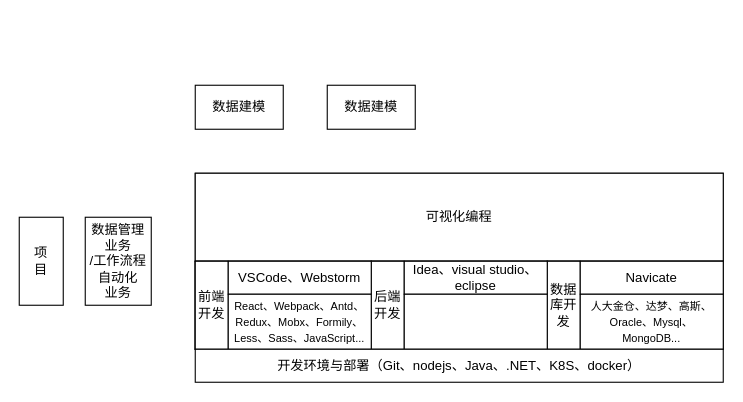
Above: 低——研究内容——平台赋能项目开发.drawio in tangyaosimida/love (draw.io), before the change. Source tidied: cells renumbered, new cells numbered last; positions are measured from the earlier drawing's top-left corner, leaving out a move shared by most shapes. Both pictures are drawn from the tidied source at 110%, with x=0, y=0 at pixel (19, 85).
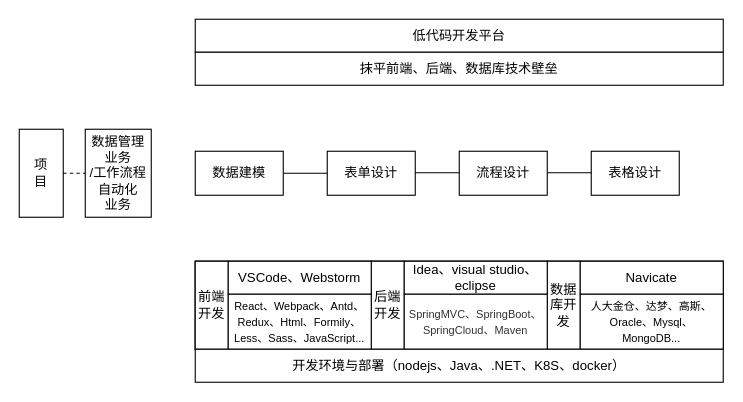
Above is the later version.

Commit message:
更新低——研究内容——平台赋能项目开发.drawio

Change to the diagram source:
```diff
@@
     <mxCell id="2" value="项&lt;div&gt;&lt;span style=&quot;background-color: initial;&quot;&gt;目&lt;/span&gt;&lt;/div&gt;" style="rounded=0;whiteSpace=wrap;html=1;" parent="1" vertex="1">
-      <mxGeometry y="120" width="40" height="80" as="geometry" />
+      <mxGeometry y="40" width="40" height="80" as="geometry" />
     </mxCell>
     <mxCell id="3" value="数据管理业务&lt;div&gt;/工作流程自动化&lt;/div&gt;&lt;div&gt;业务&lt;/div&gt;" style="rounded=0;whiteSpace=wrap;html=1;" parent="1" vertex="1">
-      <mxGeometry x="60" y="120" width="60" height="80" as="geometry" />
+      <mxGeometry x="60" y="40" width="60" height="80" as="geometry" />
     </mxCell>
-    <mxCell id="4" style="rounded=0;whiteSpace=wrap;html=1;" parent="1" vertex="1">
-      <mxGeometry x="160" y="80" width="480" height="160" as="geometry" />
-    </mxCell>
-    <mxCell id="5" value="可视化编程" style="rounded=0;whiteSpace=wrap;html=1;" parent="1" vertex="1">
-      <mxGeometry x="160" y="80" width="480" height="80" as="geometry" />
-    </mxCell>
@@
     <mxCell id="7" value="数据建模" style="rounded=0;whiteSpace=wrap;html=1;" parent="1" vertex="1">
-      <mxGeometry x="160" width="80" height="40" as="geometry" />
+      <mxGeometry x="160" y="60" width="80" height="40" as="geometry" />
     </mxCell>
-    <mxCell id="8" value="数据建模" style="rounded=0;whiteSpace=wrap;html=1;" parent="1" vertex="1">
-      <mxGeometry x="280" width="80" height="40" as="geometry" />
+    <mxCell id="8" value="表单设计" style="rounded=0;whiteSpace=wrap;html=1;" parent="1" vertex="1">
+      <mxGeometry x="280" y="60" width="80" height="40" as="geometry" />
     </mxCell>
@@
-    <mxCell id="18" value="&lt;font style=&quot;font-size: 10px;&quot;&gt;React、Webpack、Antd、Redux、Mobx、Formily、Less、Sass、JavaScript...&lt;/font&gt;" style="rounded=0;whiteSpace=wrap;html=1;" parent="1" vertex="1">
+    <mxCell id="18" value="&lt;font style=&quot;font-size: 10px;&quot;&gt;React、Webpack、Antd、Redux、Html、Formily、Less、Sass、JavaScript...&lt;/font&gt;" style="rounded=0;whiteSpace=wrap;html=1;" parent="1" vertex="1">
       <mxGeometry x="190" y="190" width="130" height="50" as="geometry" />
     </mxCell>
-    <mxCell id="19" style="rounded=0;whiteSpace=wrap;html=1;" parent="1" vertex="1">
+    <mxCell id="19" value="&lt;span style=&quot;color: rgb(51, 51, 51); font-family: arial, verdana, helvetica, &amp;quot;PingFang SC&amp;quot;, &amp;quot;HanHei SC&amp;quot;, STHeitiSC-Light, &amp;quot;Microsoft Yahei&amp;quot;, sans-serif; text-align: justify; white-space-collapse: preserve; background-color: rgb(255, 255, 255);&quot;&gt;&lt;font style=&quot;font-size: 10px;&quot;&gt;SpringMVC、SpringBoot、SpringCloud、Maven&lt;/font&gt;&lt;/span&gt;" style="rounded=0;whiteSpace=wrap;html=1;" parent="1" vertex="1">
       <mxGeometry x="350" y="190" width="130" height="50" as="geometry" />
     </mxCell>
@@
-    <mxCell id="21" value="开发环境与部署（Git、nodejs、Java、.NET、K8S、docker&lt;span style=&quot;background-color: initial;&quot;&gt;）&lt;/span&gt;" style="rounded=0;whiteSpace=wrap;html=1;" parent="1" vertex="1">
+    <mxCell id="21" value="开发环境与部署（nodejs、Java、.NET、K8S、docker&lt;span style=&quot;background-color: initial;&quot;&gt;）&lt;/span&gt;" style="rounded=0;whiteSpace=wrap;html=1;" parent="1" vertex="1">
       <mxGeometry x="160" y="240" width="480" height="30" as="geometry" />
     </mxCell>
+    <mxCell id="22" value="流程设计" style="rounded=0;whiteSpace=wrap;html=1;" parent="1" vertex="1">
+      <mxGeometry x="400" y="60" width="80" height="40" as="geometry" />
+    </mxCell>
+    <mxCell id="23" value="表格设计" style="rounded=0;whiteSpace=wrap;html=1;" parent="1" vertex="1">
+      <mxGeometry x="520" y="60" width="80" height="40" as="geometry" />
+    </mxCell>
+    <mxCell id="24" value="低代码开发平台" style="rounded=0;whiteSpace=wrap;html=1;" parent="1" vertex="1">
+      <mxGeometry x="160" y="-60" width="480" height="30" as="geometry" />
+    </mxCell>
+    <mxCell id="25" style="endArrow=none;html=1;rounded=0;exitX=1;exitY=0.5;exitDx=0;exitDy=0;entryX=0;entryY=0.5;entryDx=0;entryDy=0;" parent="1" edge="1" source="7" target="8">
+      <mxGeometry relative="1" as="geometry" />
+    </mxCell>
+    <mxCell id="26" style="endArrow=none;dashed=1;html=1;rounded=0;exitX=1;exitY=0.5;exitDx=0;exitDy=0;entryX=0;entryY=0.5;entryDx=0;entryDy=0;" parent="1" edge="1" source="2" target="3">
+      <mxGeometry relative="1" as="geometry" />
+    </mxCell>
+    <mxCell id="27" style="endArrow=none;html=1;rounded=0;exitX=1;exitY=0.5;exitDx=0;exitDy=0;entryX=0;entryY=0.5;entryDx=0;entryDy=0;" parent="1" edge="1">
+      <mxGeometry relative="1" as="geometry">
+        <mxPoint x="360" y="79.5" as="sourcePoint" />
+        <mxPoint x="400" y="79.5" as="targetPoint" />
+      </mxGeometry>
+    </mxCell>
+    <mxCell id="28" style="endArrow=none;html=1;rounded=0;exitX=1;exitY=0.5;exitDx=0;exitDy=0;entryX=0;entryY=0.5;entryDx=0;entryDy=0;" parent="1" edge="1">
+      <mxGeometry relative="1" as="geometry">
+        <mxPoint x="480" y="79.5" as="sourcePoint" />
+        <mxPoint x="520" y="79.5" as="targetPoint" />
+      </mxGeometry>
+    </mxCell>
+    <mxCell id="29" value="抹平前端、后端、数据库技术壁垒" style="rounded=0;whiteSpace=wrap;html=1;" parent="1" vertex="1">
+      <mxGeometry x="160" y="-30" width="480" height="30" as="geometry" />
+    </mxCell>
```
